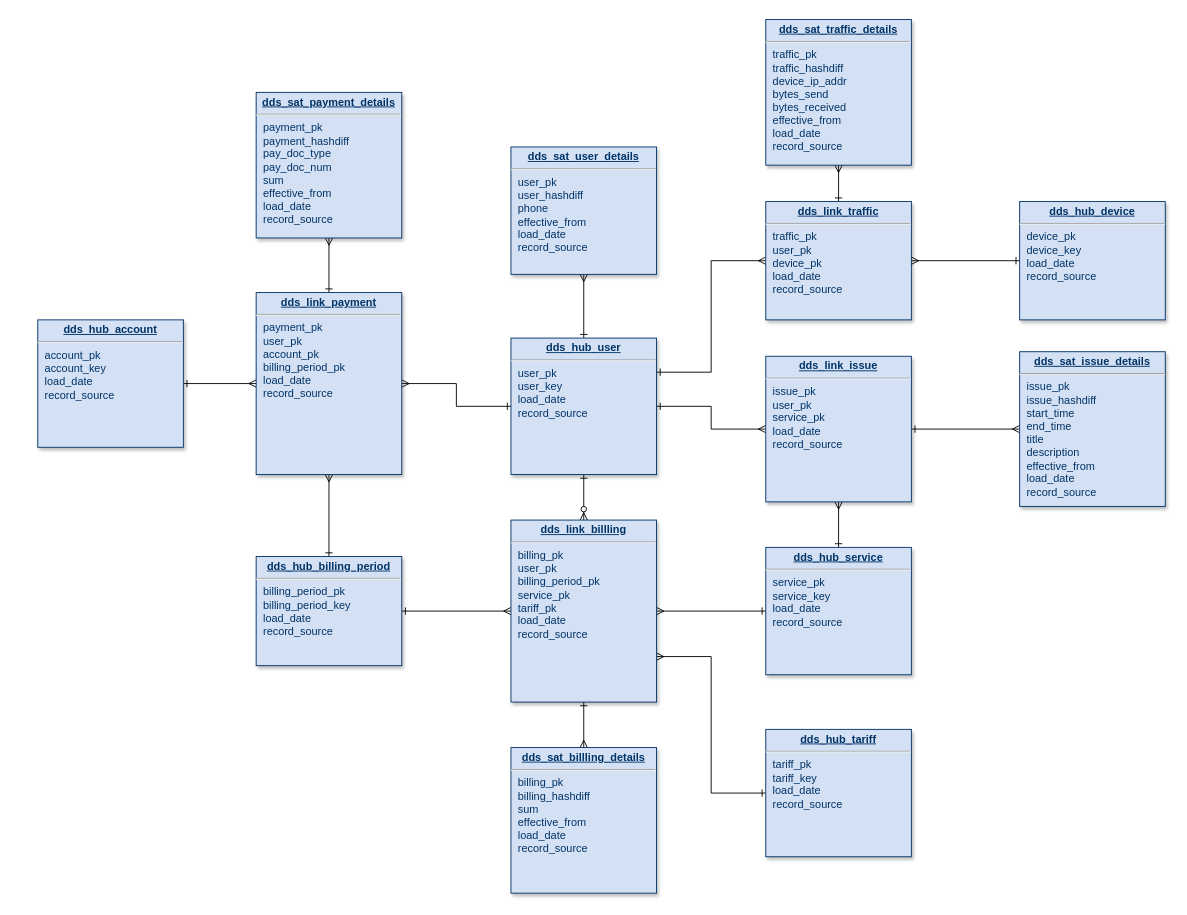
The draw.io diagram DDS-ER.drawio in alexandersamoylov/data-engineer-training, before the edit. Source tidied: cells renumbered, new cells numbered last; positions are measured from the earlier drawing's top-left corner, leaving out a move shared by most shapes. Both pictures are drawn from the tidied source at 91%, with x=0, y=0 at pixel (37, 19).
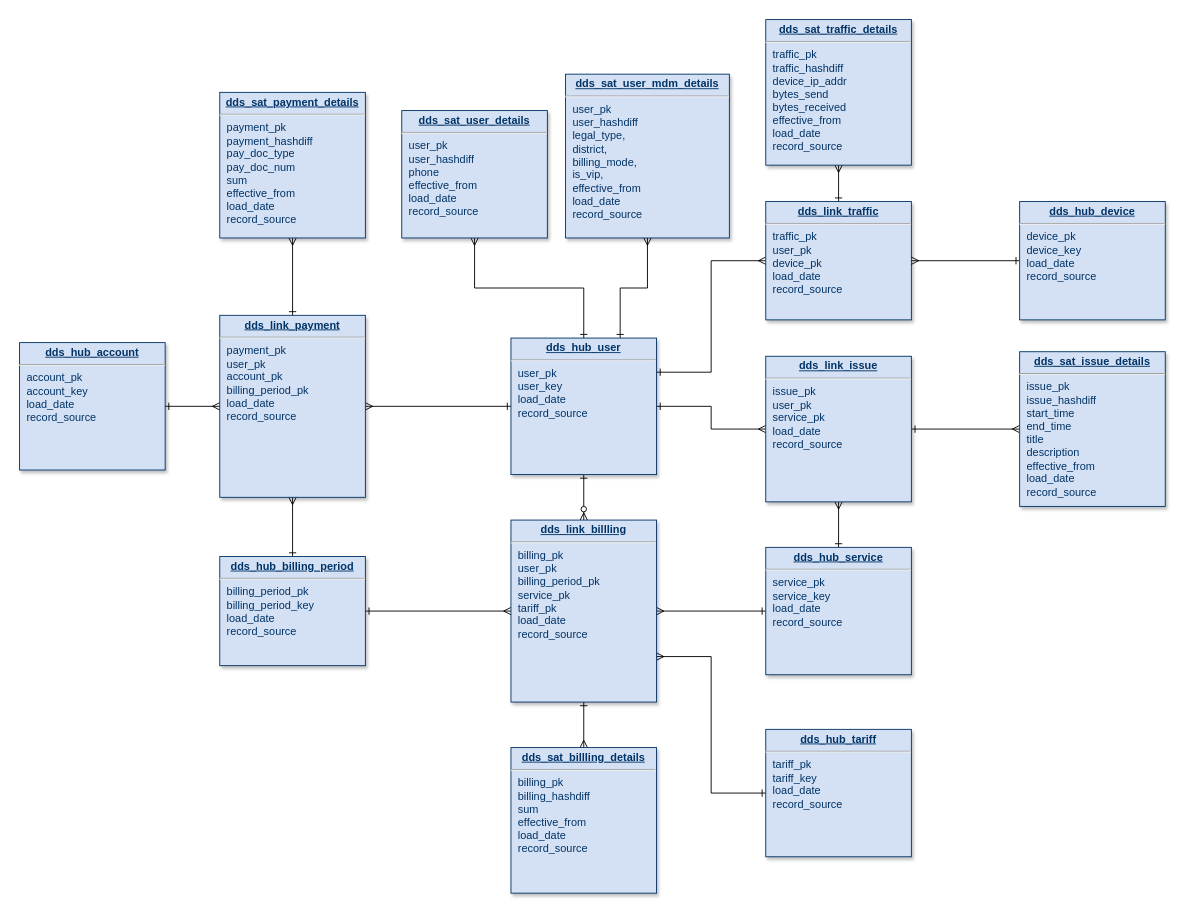
The same page after the edit.

The change refers to these unchanged cells:
```xml
<mxCell id="7" value="&lt;p style=&quot;margin: 0px ; margin-top: 4px ; text-align: center ; text-decoration: underline&quot;&gt;&lt;strong&gt;dds_hub_user&lt;br&gt;&lt;/strong&gt;&lt;/p&gt;&lt;hr&gt;&lt;p style=&quot;margin: 0px ; margin-left: 8px&quot;&gt;user_pk&lt;/p&gt;&lt;p style=&quot;margin: 0px ; margin-left: 8px&quot;&gt;user_key&lt;/p&gt;&lt;p style=&quot;margin: 0px ; margin-left: 8px&quot;&gt;load_date&lt;/p&gt;&lt;p style=&quot;margin: 0px ; margin-left: 8px&quot;&gt;record_source&lt;br&gt;&lt;/p&gt;" style="verticalAlign=top;align=left;overflow=fill;fontSize=12;fontFamily=Helvetica;html=1;strokeColor=#003366;shadow=1;fillColor=#D4E1F5;fontColor=#003366;" parent="1" vertex="1">
  <mxGeometry x="520" y="350" width="160" height="150" as="geometry" />
</mxCell>
```

What changed in the source:
```diff
@@
+    <mxCell id="33" style="edgeStyle=orthogonalEdgeStyle;rounded=0;jettySize=auto;html=1;exitX=0.75;exitY=0;exitDx=0;exitDy=0;entryX=0.5;entryY=1;entryDx=0;entryDy=0;startArrow=ERone;startFill=0;endArrow=ERmany;endFill=0;" parent="1" edge="1" source="7" target="34">
+      <mxGeometry relative="1" as="geometry" />
+    </mxCell>
@@
     <mxCell id="9" value="&lt;p style=&quot;margin: 0px ; margin-top: 4px ; text-align: center ; text-decoration: underline&quot;&gt;&lt;strong&gt;dds_hub_account&lt;br&gt;&lt;/strong&gt;&lt;/p&gt;&lt;hr&gt;&lt;p style=&quot;margin: 0px ; margin-left: 8px&quot;&gt;account_pk&lt;/p&gt;&lt;p style=&quot;margin: 0px ; margin-left: 8px&quot;&gt;account_key&lt;/p&gt;&lt;p style=&quot;margin: 0px ; margin-left: 8px&quot;&gt;load_date&lt;/p&gt;&lt;p style=&quot;margin: 0px ; margin-left: 8px&quot;&gt;record_source&lt;br&gt;&lt;/p&gt;" style="verticalAlign=top;align=left;overflow=fill;fontSize=12;fontFamily=Helvetica;html=1;strokeColor=#003366;shadow=1;fillColor=#D4E1F5;fontColor=#003366;" parent="1" vertex="1">
-      <mxGeometry y="330" width="160" height="140" as="geometry" />
+      <mxGeometry x="-20" y="355" width="160" height="140" as="geometry" />
     </mxCell>
@@
     <mxCell id="12" value="&lt;p style=&quot;margin: 0px ; margin-top: 4px ; text-align: center ; text-decoration: underline&quot;&gt;&lt;strong&gt;dds_hub_billing_period&lt;br&gt;&lt;/strong&gt;&lt;/p&gt;&lt;hr&gt;&lt;p style=&quot;margin: 0px ; margin-left: 8px&quot;&gt;billing_period_pk&lt;/p&gt;&lt;p style=&quot;margin: 0px ; margin-left: 8px&quot;&gt;billing_period_key&lt;/p&gt;&lt;p style=&quot;margin: 0px ; margin-left: 8px&quot;&gt;load_date&lt;/p&gt;&lt;p style=&quot;margin: 0px ; margin-left: 8px&quot;&gt;record_source&lt;br&gt;&lt;/p&gt;" style="verticalAlign=top;align=left;overflow=fill;fontSize=12;fontFamily=Helvetica;html=1;strokeColor=#003366;shadow=1;fillColor=#D4E1F5;fontColor=#003366;" parent="1" vertex="1">
-      <mxGeometry x="240" y="590" width="160" height="120" as="geometry" />
+      <mxGeometry x="200" y="590" width="160" height="120" as="geometry" />
     </mxCell>
@@
     <mxCell id="14" value="&lt;p style=&quot;margin: 0px ; margin-top: 4px ; text-align: center ; text-decoration: underline&quot;&gt;&lt;strong&gt;dds_link_payment&lt;br&gt;&lt;/strong&gt;&lt;/p&gt;&lt;hr&gt;&lt;p style=&quot;margin: 0px ; margin-left: 8px&quot;&gt;payment_pk&lt;/p&gt;&lt;p style=&quot;margin: 0px ; margin-left: 8px&quot;&gt;user_pk&lt;/p&gt;&lt;p style=&quot;margin: 0px ; margin-left: 8px&quot;&gt;account_pk&lt;/p&gt;&lt;p style=&quot;margin: 0px ; margin-left: 8px&quot;&gt;billing_period_pk&lt;/p&gt;&lt;p style=&quot;margin: 0px ; margin-left: 8px&quot;&gt;load_date&lt;/p&gt;&lt;p style=&quot;margin: 0px ; margin-left: 8px&quot;&gt;record_source&lt;br&gt;&lt;/p&gt;" style="verticalAlign=top;align=left;overflow=fill;fontSize=12;fontFamily=Helvetica;html=1;strokeColor=#003366;shadow=1;fillColor=#D4E1F5;fontColor=#003366;" parent="1" vertex="1">
-      <mxGeometry x="240" y="300" width="160" height="200" as="geometry" />
+      <mxGeometry x="200" y="325" width="160" height="200" as="geometry" />
     </mxCell>
     <mxCell id="15" value="&lt;p style=&quot;margin: 0px ; margin-top: 4px ; text-align: center ; text-decoration: underline&quot;&gt;&lt;strong&gt;dds_sat_user_details&lt;br&gt;&lt;/strong&gt;&lt;/p&gt;&lt;hr&gt;&lt;p style=&quot;margin: 0px ; margin-left: 8px&quot;&gt;user_pk&lt;/p&gt;&lt;p style=&quot;margin: 0px ; margin-left: 8px&quot;&gt;user_hashdiff&lt;br&gt;&lt;/p&gt;&lt;p style=&quot;margin: 0px ; margin-left: 8px&quot;&gt;phone&lt;/p&gt;&lt;p style=&quot;margin: 0px ; margin-left: 8px&quot;&gt;effective_from&lt;br&gt;&lt;/p&gt;&lt;p style=&quot;margin: 0px ; margin-left: 8px&quot;&gt;load_date&lt;/p&gt;&lt;p style=&quot;margin: 0px ; margin-left: 8px&quot;&gt;record_source&lt;br&gt;&lt;/p&gt;" style="verticalAlign=top;align=left;overflow=fill;fontSize=12;fontFamily=Helvetica;html=1;strokeColor=#003366;shadow=1;fillColor=#D4E1F5;fontColor=#003366;" parent="1" vertex="1">
-      <mxGeometry x="520" y="140" width="160" height="140" as="geometry" />
+      <mxGeometry x="400" y="100" width="160" height="140" as="geometry" />
     </mxCell>
     <mxCell id="16" value="&lt;p style=&quot;margin: 0px ; margin-top: 4px ; text-align: center ; text-decoration: underline&quot;&gt;&lt;strong&gt;dds_sat_payment_details&lt;br&gt;&lt;/strong&gt;&lt;/p&gt;&lt;hr&gt;&lt;p style=&quot;margin: 0px ; margin-left: 8px&quot;&gt;payment_pk&lt;/p&gt;&lt;p style=&quot;margin: 0px ; margin-left: 8px&quot;&gt;payment_hashdiff&lt;br&gt;&lt;/p&gt;&lt;p style=&quot;margin: 0px ; margin-left: 8px&quot;&gt;pay_doc_type&lt;/p&gt;&lt;p style=&quot;margin: 0px ; margin-left: 8px&quot;&gt;pay_doc_num&lt;/p&gt;&lt;p style=&quot;margin: 0px ; margin-left: 8px&quot;&gt;sum&lt;/p&gt;&lt;p style=&quot;margin: 0px ; margin-left: 8px&quot;&gt;effective_from&lt;/p&gt;&lt;p style=&quot;margin: 0px ; margin-left: 8px&quot;&gt;load_date&lt;br&gt;&lt;/p&gt;&lt;p style=&quot;margin: 0px ; margin-left: 8px&quot;&gt;record_source&lt;br&gt;&lt;/p&gt;" style="verticalAlign=top;align=left;overflow=fill;fontSize=12;fontFamily=Helvetica;html=1;strokeColor=#003366;shadow=1;fillColor=#D4E1F5;fontColor=#003366;" parent="1" vertex="1">
-      <mxGeometry x="240" y="80" width="160" height="160" as="geometry" />
+      <mxGeometry x="200" y="80" width="160" height="160" as="geometry" />
     </mxCell>
@@
+    <mxCell id="34" value="&lt;p style=&quot;margin: 0px ; margin-top: 4px ; text-align: center ; text-decoration: underline&quot;&gt;&lt;strong&gt;dds_sat_user_mdm_details&lt;br&gt;&lt;/strong&gt;&lt;/p&gt;&lt;hr&gt;&lt;p style=&quot;margin: 0px ; margin-left: 8px&quot;&gt;user_pk&lt;/p&gt;&lt;p style=&quot;margin: 0px ; margin-left: 8px&quot;&gt;user_hashdiff&lt;br&gt;&lt;/p&gt;&lt;p style=&quot;margin: 0px ; margin-left: 8px&quot;&gt;legal_type,&lt;br&gt;district,&lt;br&gt;billing_mode,&lt;br&gt;is_vip,&lt;br&gt;&lt;/p&gt;&lt;p style=&quot;margin: 0px ; margin-left: 8px&quot;&gt;effective_from&lt;br&gt;&lt;/p&gt;&lt;p style=&quot;margin: 0px ; margin-left: 8px&quot;&gt;load_date&lt;/p&gt;&lt;p style=&quot;margin: 0px ; margin-left: 8px&quot;&gt;record_source&lt;br&gt;&lt;/p&gt;" style="verticalAlign=top;align=left;overflow=fill;fontSize=12;fontFamily=Helvetica;html=1;strokeColor=#003366;shadow=1;fillColor=#D4E1F5;fontColor=#003366;" parent="1" vertex="1">
+      <mxGeometry x="580" y="60" width="180" height="180" as="geometry" />
+    </mxCell>
```
